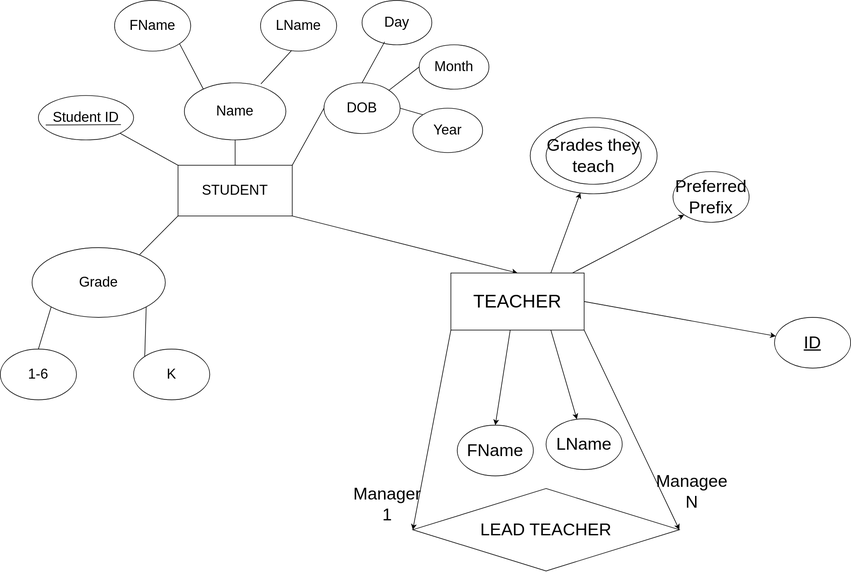
The draw.io diagram models.drawio.svg in MarcTy/ENSF-300-Database-ERD-Models, before a commit. Source tidied: cells renumbered, new cells last; positions are measured from the earlier drawing's top-left corner, leaving out a move shared by most shapes.
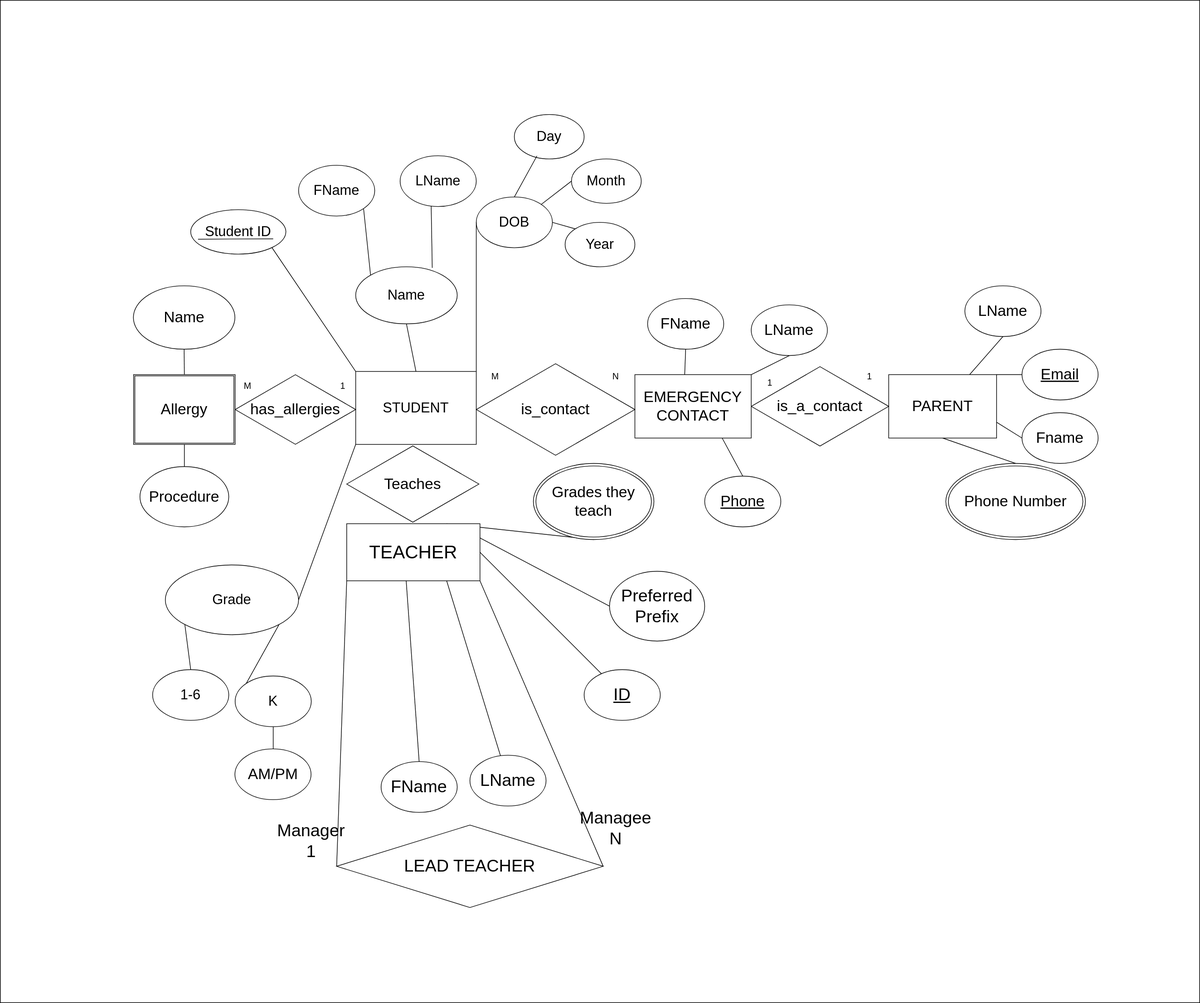
After the change.

Commit message:
Final revision of database ERD model

The edit, as a diff of the source:
```diff
@@ -2,33 +2,29 @@
   <root>
     <mxCell id="0" />
     <mxCell id="1" parent="0" />
-    <mxCell id="2" style="edgeStyle=none;html=1;exitX=1;exitY=1;exitDx=0;exitDy=0;entryX=0.5;entryY=0;entryDx=0;entryDy=0;fontSize=27;" parent="1" edge="1" source="3" target="34">
-      <mxGeometry relative="1" as="geometry" />
-    </mxCell>
+    <mxCell id="44" style="rounded=0;whiteSpace=wrap;html=1;fontSize=14;" parent="1" vertex="1">
+      <mxGeometry x="-240" y="-180" width="1890" height="1580" as="geometry" />
+    </mxCell>
     <mxCell id="3" value="&lt;font style=&quot;font-size: 22px;&quot;&gt;STUDENT&lt;/font&gt;" style="rounded=0;whiteSpace=wrap;html=1;" parent="1" vertex="1">
-      <mxGeometry x="280" y="260" width="180" height="80" as="geometry" />
+      <mxGeometry x="320" y="405" width="190" height="115" as="geometry" />
     </mxCell>
     <mxCell id="4" value="Name" style="ellipse;whiteSpace=wrap;html=1;fontSize=22;" parent="1" vertex="1">
-      <mxGeometry x="290" y="130" width="160" height="90" as="geometry" />
+      <mxGeometry x="320" y="240" width="160" height="90" as="geometry" />
     </mxCell>
     <mxCell id="5" value="LName" style="ellipse;whiteSpace=wrap;html=1;fontSize=22;" parent="1" vertex="1">
-      <mxGeometry x="410" width="120" height="80" as="geometry" />
+      <mxGeometry x="390" y="65" width="120" height="80" as="geometry" />
     </mxCell>
+    <mxCell id="45" style="edgeStyle=none;html=1;exitX=1;exitY=1;exitDx=0;exitDy=0;entryX=0;entryY=0;entryDx=0;entryDy=0;fontSize=24;endArrow=none;endFill=0;" parent="1" edge="1" source="6" target="4">
+      <mxGeometry relative="1" as="geometry" />
+    </mxCell>
     <mxCell id="6" value="FName" style="ellipse;whiteSpace=wrap;html=1;fontSize=22;" parent="1" vertex="1">
-      <mxGeometry x="180" width="120" height="80" as="geometry" />
+      <mxGeometry x="230" y="80" width="120" height="80" as="geometry" />
     </mxCell>
     <mxCell id="7" style="endArrow=none;html=1;fontSize=22;exitX=0.754;exitY=0.019;exitDx=0;exitDy=0;exitPerimeter=0;entryX=0.408;entryY=0.987;entryDx=0;entryDy=0;entryPerimeter=0;" parent="1" edge="1" source="4" target="5">
       <mxGeometry relative="1" as="geometry" />
     </mxCell>
-    <mxCell id="8" style="endArrow=none;html=1;fontSize=22;exitX=1;exitY=1;exitDx=0;exitDy=0;" parent="1" edge="1" source="6">
-      <mxGeometry relative="1" as="geometry">
-        <mxPoint x="320" y="140" as="targetPoint" />
-      </mxGeometry>
-    </mxCell>
-    <mxCell id="9" style="endArrow=none;html=1;fontSize=22;entryX=0.5;entryY=1;entryDx=0;entryDy=0;" parent="1" edge="1" target="4">
-      <mxGeometry relative="1" as="geometry">
-        <mxPoint x="370" y="260" as="sourcePoint" />
-      </mxGeometry>
+    <mxCell id="9" style="endArrow=none;html=1;fontSize=22;entryX=0.5;entryY=1;entryDx=0;entryDy=0;exitX=0.5;exitY=0;exitDx=0;exitDy=0;" parent="1" edge="1" source="3" target="4">
+      <mxGeometry relative="1" as="geometry" />
     </mxCell>
     <mxCell id="10" style="endArrow=none;html=1;fontSize=22;exitX=1;exitY=1;exitDx=0;exitDy=0;entryX=0;entryY=0;entryDx=0;entryDy=0;" parent="1" edge="1" source="19" target="3">
       <mxGeometry relative="1" as="geometry" />
@@ -65,17 +61,24 @@
         <mxPoint x="190" y="196" as="sourcePoint" />
       </mxGeometry>
     </mxCell>
+    <mxCell id="22" style="edgeStyle=none;html=1;exitX=1;exitY=0.5;exitDx=0;exitDy=0;entryX=0;entryY=1;entryDx=0;entryDy=0;fontSize=24;endArrow=none;endFill=0;" parent="1" edge="1" source="21" target="3">
+      <mxGeometry relative="1" as="geometry" />
+    </mxCell>
     <mxCell id="21" value="Grade" style="ellipse;whiteSpace=wrap;html=1;fontSize=22;" parent="1" vertex="1">
-      <mxGeometry x="50" y="390" width="210" height="110" as="geometry" />
+      <mxGeometry x="20" y="710" width="210" height="110" as="geometry" />
     </mxCell>
-    <mxCell id="22" style="endArrow=none;html=1;fontSize=22;exitX=0.808;exitY=0.099;exitDx=0;exitDy=0;exitPerimeter=0;entryX=0;entryY=1;entryDx=0;entryDy=0;" parent="1" edge="1" source="21" target="3">
-      <mxGeometry relative="1" as="geometry" />
-    </mxCell>
+    <mxCell id="46" style="edgeStyle=none;html=1;exitX=0.5;exitY=1;exitDx=0;exitDy=0;fontSize=24;endArrow=none;endFill=0;" parent="1" edge="1" source="23" target="66">
+      <mxGeometry relative="1" as="geometry">
+        <Array as="points">
+          <mxPoint x="190" y="1000" />
+        </Array>
+      </mxGeometry>
+    </mxCell>
     <mxCell id="23" value="K" style="ellipse;whiteSpace=wrap;html=1;fontSize=22;" parent="1" vertex="1">
-      <mxGeometry x="210" y="550" width="120" height="80" as="geometry" />
+      <mxGeometry x="130" y="885" width="120" height="80" as="geometry" />
     </mxCell>
     <mxCell id="24" value="1-6" style="ellipse;whiteSpace=wrap;html=1;fontSize=22;" parent="1" vertex="1">
-      <mxGeometry y="550" width="120" height="80" as="geometry" />
+      <mxGeometry y="875" width="120" height="80" as="geometry" />
     </mxCell>
     <mxCell id="25" style="endArrow=none;html=1;fontSize=22;exitX=0.5;exitY=0;exitDx=0;exitDy=0;entryX=0;entryY=1;entryDx=0;entryDy=0;" parent="1" edge="1" source="24" target="21">
       <mxGeometry relative="1" as="geometry" />
@@ -83,56 +86,149 @@
     <mxCell id="26" style="endArrow=none;html=1;fontSize=22;exitX=0;exitY=0;exitDx=0;exitDy=0;entryX=1;entryY=1;entryDx=0;entryDy=0;" parent="1" edge="1" source="23" target="21">
       <mxGeometry relative="1" as="geometry" />
     </mxCell>
-    <mxCell id="27" style="edgeStyle=none;html=1;fontSize=27;exitX=1;exitY=0.5;exitDx=0;exitDy=0;" parent="1" edge="1" source="34" target="35">
+    <mxCell id="27" style="edgeStyle=none;html=1;fontSize=27;exitX=1;exitY=0.5;exitDx=0;exitDy=0;endArrow=none;endFill=0;" parent="1" edge="1" source="34" target="35">
       <mxGeometry relative="1" as="geometry" />
     </mxCell>
-    <mxCell id="28" style="edgeStyle=none;html=1;exitX=0.75;exitY=0;exitDx=0;exitDy=0;fontSize=27;" parent="1" edge="1" source="34" target="36">
+    <mxCell id="28" style="edgeStyle=none;html=1;exitX=0.75;exitY=0;exitDx=0;exitDy=0;fontSize=27;entryX=0.5;entryY=1;entryDx=0;entryDy=0;endArrow=none;endFill=0;" parent="1" edge="1" source="34" target="40">
       <mxGeometry relative="1" as="geometry" />
     </mxCell>
-    <mxCell id="29" style="edgeStyle=none;html=1;exitX=1;exitY=1;exitDx=0;exitDy=0;entryX=1;entryY=0.5;entryDx=0;entryDy=0;fontSize=27;" parent="1" edge="1" source="34" target="41">
+    <mxCell id="29" style="edgeStyle=none;html=1;exitX=1;exitY=1;exitDx=0;exitDy=0;entryX=1;entryY=0.5;entryDx=0;entryDy=0;fontSize=27;endArrow=none;endFill=0;" parent="1" edge="1" source="34" target="41">
       <mxGeometry relative="1" as="geometry" />
     </mxCell>
-    <mxCell id="30" style="edgeStyle=none;html=1;exitX=0.75;exitY=1;exitDx=0;exitDy=0;fontSize=27;" parent="1" edge="1" source="34" target="38">
+    <mxCell id="30" style="edgeStyle=none;html=1;exitX=0.75;exitY=1;exitDx=0;exitDy=0;fontSize=27;endArrow=none;endFill=0;" parent="1" edge="1" source="34" target="38">
       <mxGeometry relative="1" as="geometry" />
     </mxCell>
-    <mxCell id="31" style="edgeStyle=none;html=1;exitX=0.446;exitY=0.989;exitDx=0;exitDy=0;entryX=0.5;entryY=0;entryDx=0;entryDy=0;fontSize=27;exitPerimeter=0;" parent="1" edge="1" source="34" target="39">
+    <mxCell id="31" style="edgeStyle=none;html=1;exitX=0.446;exitY=0.989;exitDx=0;exitDy=0;entryX=0.5;entryY=0;entryDx=0;entryDy=0;fontSize=27;exitPerimeter=0;endArrow=none;endFill=0;" parent="1" edge="1" source="34" target="39">
       <mxGeometry relative="1" as="geometry" />
     </mxCell>
-    <mxCell id="32" style="edgeStyle=none;html=1;exitX=0;exitY=1;exitDx=0;exitDy=0;entryX=0;entryY=0.5;entryDx=0;entryDy=0;fontSize=27;" parent="1" edge="1" source="34" target="41">
+    <mxCell id="32" style="edgeStyle=none;html=1;exitX=0;exitY=1;exitDx=0;exitDy=0;entryX=0;entryY=0.5;entryDx=0;entryDy=0;fontSize=27;endArrow=none;endFill=0;" parent="1" edge="1" source="34" target="41">
       <mxGeometry relative="1" as="geometry" />
     </mxCell>
-    <mxCell id="33" style="edgeStyle=none;html=1;entryX=0;entryY=1;entryDx=0;entryDy=0;fontSize=29;" parent="1" edge="1" source="34" target="37">
+    <mxCell id="33" style="edgeStyle=none;html=1;exitX=1;exitY=0.25;exitDx=0;exitDy=0;entryX=0;entryY=0.5;entryDx=0;entryDy=0;fontSize=14;endArrow=none;endFill=0;" parent="1" edge="1" source="34" target="37">
       <mxGeometry relative="1" as="geometry" />
     </mxCell>
     <mxCell id="34" value="&lt;font style=&quot;font-size: 29px;&quot;&gt;TEACHER&lt;/font&gt;" style="rounded=0;whiteSpace=wrap;html=1;" parent="1" vertex="1">
-      <mxGeometry x="710" y="430" width="210" height="90" as="geometry" />
+      <mxGeometry x="305.8" y="645" width="210" height="90" as="geometry" />
     </mxCell>
     <mxCell id="35" value="&lt;u&gt;ID&lt;/u&gt;" style="ellipse;whiteSpace=wrap;html=1;fontSize=27;" parent="1" vertex="1">
-      <mxGeometry x="1220" y="500" width="120" height="80" as="geometry" />
+      <mxGeometry x="680" y="875" width="120" height="80" as="geometry" />
     </mxCell>
-    <mxCell id="36" style="ellipse;whiteSpace=wrap;html=1;fontSize=27;" parent="1" vertex="1">
-      <mxGeometry x="835" y="185" width="200" height="120" as="geometry" />
-    </mxCell>
     <mxCell id="37" value="Preferred Prefix" style="ellipse;whiteSpace=wrap;html=1;fontSize=27;" parent="1" vertex="1">
-      <mxGeometry x="1060" y="270" width="120" height="80" as="geometry" />
+      <mxGeometry x="720" y="720" width="150" height="110" as="geometry" />
     </mxCell>
     <mxCell id="38" value="LName" style="ellipse;whiteSpace=wrap;html=1;fontSize=27;" parent="1" vertex="1">
-      <mxGeometry x="860" y="660" width="120" height="80" as="geometry" />
+      <mxGeometry x="500" y="1010" width="120" height="80" as="geometry" />
     </mxCell>
     <mxCell id="39" value="FName" style="ellipse;whiteSpace=wrap;html=1;fontSize=27;" parent="1" vertex="1">
-      <mxGeometry x="720" y="670" width="120" height="80" as="geometry" />
+      <mxGeometry x="360" y="1020" width="120" height="80" as="geometry" />
     </mxCell>
-    <mxCell id="40" value="Grades they teach&lt;br&gt;" style="ellipse;whiteSpace=wrap;html=1;fontSize=27;" parent="1" vertex="1">
-      <mxGeometry x="860" y="200" width="150" height="90" as="geometry" />
-    </mxCell>
     <mxCell id="41" value="LEAD TEACHER" style="rhombus;whiteSpace=wrap;html=1;fontSize=27;" parent="1" vertex="1">
-      <mxGeometry x="650" y="770" width="420" height="130" as="geometry" />
+      <mxGeometry x="290" y="1120" width="420" height="130" as="geometry" />
     </mxCell>
     <mxCell id="42" value="Managee&lt;br&gt;N" style="text;html=1;strokeColor=none;fillColor=none;align=center;verticalAlign=middle;whiteSpace=wrap;rounded=0;fontSize=27;" parent="1" vertex="1">
-      <mxGeometry x="1060" y="760" width="60" height="30" as="geometry" />
+      <mxGeometry x="700" y="1110" width="60" height="30" as="geometry" />
     </mxCell>
     <mxCell id="43" value="Manager&lt;br&gt;1" style="text;html=1;strokeColor=none;fillColor=none;align=center;verticalAlign=middle;whiteSpace=wrap;rounded=0;fontSize=27;" parent="1" vertex="1">
-      <mxGeometry x="580" y="780" width="60" height="30" as="geometry" />
+      <mxGeometry x="220" y="1130" width="60" height="30" as="geometry" />
     </mxCell>
+    <mxCell id="47" style="edgeStyle=none;html=1;exitX=0.5;exitY=1;exitDx=0;exitDy=0;entryX=0.5;entryY=0;entryDx=0;entryDy=0;fontSize=24;endArrow=none;endFill=0;" parent="1" edge="1" source="51" target="55">
+      <mxGeometry relative="1" as="geometry" />
+    </mxCell>
+    <mxCell id="48" style="edgeStyle=none;html=1;exitX=1;exitY=0.75;exitDx=0;exitDy=0;entryX=0;entryY=0.5;entryDx=0;entryDy=0;fontSize=24;endArrow=none;endFill=0;" parent="1" edge="1" source="51" target="52">
+      <mxGeometry relative="1" as="geometry" />
+    </mxCell>
+    <mxCell id="49" style="edgeStyle=none;html=1;exitX=1;exitY=0;exitDx=0;exitDy=0;entryX=0;entryY=0.5;entryDx=0;entryDy=0;fontSize=24;endArrow=none;endFill=0;" parent="1" edge="1" source="51" target="54">
+      <mxGeometry relative="1" as="geometry" />
+    </mxCell>
+    <mxCell id="50" style="edgeStyle=none;html=1;exitX=0.75;exitY=0;exitDx=0;exitDy=0;entryX=0.5;entryY=1;entryDx=0;entryDy=0;fontSize=24;endArrow=none;endFill=0;" parent="1" edge="1" source="51" target="53">
+      <mxGeometry relative="1" as="geometry" />
+    </mxCell>
+    <mxCell id="51" value="&lt;font style=&quot;font-size: 24px;&quot;&gt;PARENT&lt;/font&gt;" style="rounded=0;whiteSpace=wrap;html=1;" parent="1" vertex="1">
+      <mxGeometry x="1160" y="410" width="170" height="100" as="geometry" />
+    </mxCell>
+    <mxCell id="52" value="Fname" style="ellipse;whiteSpace=wrap;html=1;fontSize=24;" parent="1" vertex="1">
+      <mxGeometry x="1370" y="470" width="120" height="80" as="geometry" />
+    </mxCell>
+    <mxCell id="53" value="LName" style="ellipse;whiteSpace=wrap;html=1;fontSize=24;" parent="1" vertex="1">
+      <mxGeometry x="1280" y="270" width="120" height="80" as="geometry" />
+    </mxCell>
+    <mxCell id="54" value="&lt;u&gt;Email&lt;/u&gt;" style="ellipse;whiteSpace=wrap;html=1;fontSize=24;" parent="1" vertex="1">
+      <mxGeometry x="1370" y="370" width="120" height="80" as="geometry" />
+    </mxCell>
+    <mxCell id="55" value="Phone Number" style="ellipse;shape=doubleEllipse;whiteSpace=wrap;html=1;fontSize=24;" parent="1" vertex="1">
+      <mxGeometry x="1250" y="550" width="220" height="120" as="geometry" />
+    </mxCell>
+    <mxCell id="56" value="is_a_contact" style="html=1;whiteSpace=wrap;shape=isoRectangle;fontSize=24;" parent="1" vertex="1">
+      <mxGeometry x="943.3" y="395" width="216.7" height="130" as="geometry" />
+    </mxCell>
+    <mxCell id="40" value="Grades they teach" style="ellipse;shape=doubleEllipse;whiteSpace=wrap;html=1;fontSize=24;" parent="1" vertex="1">
+      <mxGeometry x="600" y="550" width="190" height="120" as="geometry" />
+    </mxCell>
+    <mxCell id="57" value="EMERGENCY CONTACT" style="rounded=0;whiteSpace=wrap;html=1;fontSize=24;" parent="1" vertex="1">
+      <mxGeometry x="760" y="410" width="183.3" height="100" as="geometry" />
+    </mxCell>
+    <mxCell id="58" style="edgeStyle=none;html=1;exitX=0.5;exitY=1;exitDx=0;exitDy=0;entryX=1;entryY=0;entryDx=0;entryDy=0;fontSize=24;endArrow=none;endFill=0;" parent="1" edge="1" source="59" target="57">
+      <mxGeometry relative="1" as="geometry" />
+    </mxCell>
+    <mxCell id="59" value="LName" style="ellipse;whiteSpace=wrap;html=1;fontSize=24;" parent="1" vertex="1">
+      <mxGeometry x="943.3" y="300" width="120" height="80" as="geometry" />
+    </mxCell>
+    <mxCell id="60" style="edgeStyle=none;html=1;exitX=0.5;exitY=1;exitDx=0;exitDy=0;entryX=0.428;entryY=-0.002;entryDx=0;entryDy=0;entryPerimeter=0;fontSize=24;endArrow=none;endFill=0;" parent="1" edge="1" source="61" target="57">
+      <mxGeometry relative="1" as="geometry" />
+    </mxCell>
+    <mxCell id="61" value="FName" style="ellipse;whiteSpace=wrap;html=1;fontSize=24;" parent="1" vertex="1">
+      <mxGeometry x="780" y="290" width="120" height="80" as="geometry" />
+    </mxCell>
+    <mxCell id="62" style="edgeStyle=none;html=1;exitX=0.5;exitY=0;exitDx=0;exitDy=0;entryX=0.75;entryY=1;entryDx=0;entryDy=0;fontSize=24;endArrow=none;endFill=0;" parent="1" edge="1" source="63" target="57">
+      <mxGeometry relative="1" as="geometry" />
+    </mxCell>
+    <mxCell id="63" value="&lt;u&gt;Phone&lt;/u&gt;" style="ellipse;whiteSpace=wrap;html=1;fontSize=24;" parent="1" vertex="1">
+      <mxGeometry x="870" y="570" width="120" height="80" as="geometry" />
+    </mxCell>
+    <mxCell id="64" value="is_contact" style="html=1;whiteSpace=wrap;shape=isoRectangle;fontSize=24;" parent="1" vertex="1">
+      <mxGeometry x="510" y="390" width="250" height="150" as="geometry" />
+    </mxCell>
+    <mxCell id="65" value="Teaches" style="html=1;whiteSpace=wrap;shape=isoRectangle;fontSize=24;" parent="1" vertex="1">
+      <mxGeometry x="305.8" y="520" width="208.3" height="125" as="geometry" />
+    </mxCell>
+    <mxCell id="66" value="AM/PM" style="ellipse;whiteSpace=wrap;html=1;fontSize=24;" parent="1" vertex="1">
+      <mxGeometry x="129.7" y="1000" width="120" height="80" as="geometry" />
+    </mxCell>
+    <mxCell id="67" value="has_allergies" style="html=1;whiteSpace=wrap;shape=isoRectangle;fontSize=24;" parent="1" vertex="1">
+      <mxGeometry x="130" y="408" width="190" height="114" as="geometry" />
+    </mxCell>
+    <mxCell id="68" style="edgeStyle=none;html=1;exitX=0.5;exitY=1;exitDx=0;exitDy=0;entryX=0.5;entryY=0;entryDx=0;entryDy=0;fontSize=24;endArrow=none;endFill=0;" parent="1" edge="1" source="70" target="72">
+      <mxGeometry relative="1" as="geometry" />
+    </mxCell>
+    <mxCell id="69" style="edgeStyle=none;html=1;exitX=0.5;exitY=0;exitDx=0;exitDy=0;entryX=0.5;entryY=1;entryDx=0;entryDy=0;fontSize=24;endArrow=none;endFill=0;" parent="1" edge="1" source="70" target="71">
+      <mxGeometry relative="1" as="geometry" />
+    </mxCell>
+    <mxCell id="70" value="Allergy" style="shape=ext;double=1;rounded=0;whiteSpace=wrap;html=1;fontSize=24;" parent="1" vertex="1">
+      <mxGeometry x="-30" y="410" width="160" height="110" as="geometry" />
+    </mxCell>
+    <mxCell id="71" value="Name" style="ellipse;whiteSpace=wrap;html=1;fontSize=24;" parent="1" vertex="1">
+      <mxGeometry x="-30.3" y="270" width="160" height="100" as="geometry" />
+    </mxCell>
+    <mxCell id="72" value="Procedure" style="ellipse;whiteSpace=wrap;html=1;fontSize=24;" parent="1" vertex="1">
+      <mxGeometry x="-20" y="555" width="140" height="95" as="geometry" />
+    </mxCell>
+    <mxCell id="73" value="&lt;font style=&quot;font-size: 14px;&quot;&gt;1&lt;/font&gt;" style="text;html=1;strokeColor=none;fillColor=none;align=center;verticalAlign=middle;whiteSpace=wrap;rounded=0;fontSize=24;" parent="1" vertex="1">
+      <mxGeometry x="270" y="410" width="60" height="30" as="geometry" />
+    </mxCell>
+    <mxCell id="74" value="&lt;font style=&quot;font-size: 14px;&quot;&gt;M&lt;/font&gt;" style="text;html=1;strokeColor=none;fillColor=none;align=center;verticalAlign=middle;whiteSpace=wrap;rounded=0;fontSize=24;" parent="1" vertex="1">
+      <mxGeometry x="120" y="410" width="60" height="30" as="geometry" />
+    </mxCell>
+    <mxCell id="75" value="&lt;font style=&quot;font-size: 14px;&quot;&gt;M&lt;/font&gt;" style="text;html=1;strokeColor=none;fillColor=none;align=center;verticalAlign=middle;whiteSpace=wrap;rounded=0;fontSize=24;" parent="1" vertex="1">
+      <mxGeometry x="510" y="395" width="60" height="30" as="geometry" />
+    </mxCell>
+    <mxCell id="76" value="&lt;font style=&quot;font-size: 14px;&quot;&gt;N&lt;/font&gt;" style="text;html=1;strokeColor=none;fillColor=none;align=center;verticalAlign=middle;whiteSpace=wrap;rounded=0;fontSize=24;" parent="1" vertex="1">
+      <mxGeometry x="700" y="395" width="60" height="30" as="geometry" />
+    </mxCell>
+    <mxCell id="77" value="&lt;font style=&quot;font-size: 14px;&quot;&gt;1&lt;/font&gt;" style="text;html=1;strokeColor=none;fillColor=none;align=center;verticalAlign=middle;whiteSpace=wrap;rounded=0;fontSize=24;" parent="1" vertex="1">
+      <mxGeometry x="943.3" y="405" width="60" height="30" as="geometry" />
+    </mxCell>
+    <mxCell id="78" value="&lt;font style=&quot;font-size: 14px;&quot;&gt;1&lt;/font&gt;" style="text;html=1;strokeColor=none;fillColor=none;align=center;verticalAlign=middle;whiteSpace=wrap;rounded=0;fontSize=24;" parent="1" vertex="1">
+      <mxGeometry x="1100" y="395" width="60" height="30" as="geometry" />
+    </mxCell>
   </root>
 </mxGraphModel>
```
